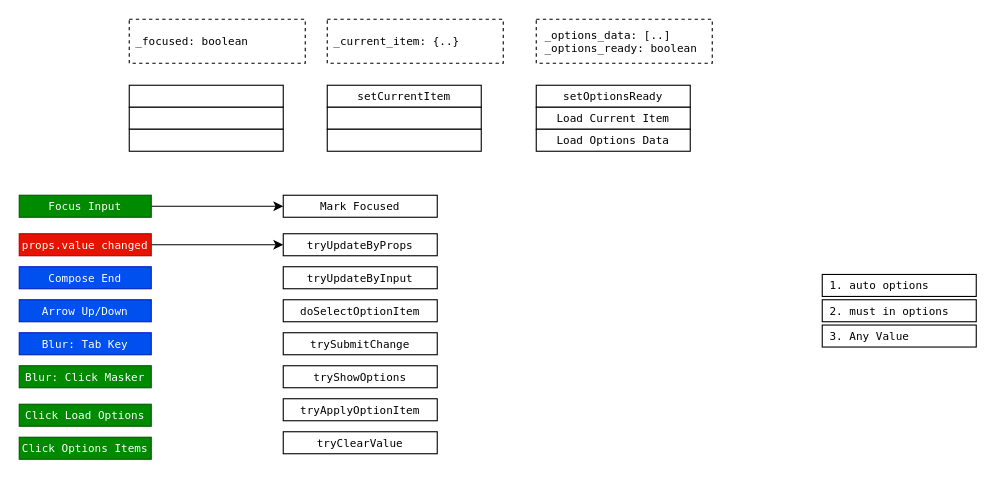
This is src/lib/input/box3/_design/input-box3-events.drawio from site-zero/tijs, a draw.io file, before an edit. Source tidied: cells renumbered, new cells numbered last; positions are measured from the earlier drawing's top-left corner, leaving out a move shared by most shapes. Both pictures are drawn from the tidied source at 110%, with x=0, y=0 at pixel (19, 19).
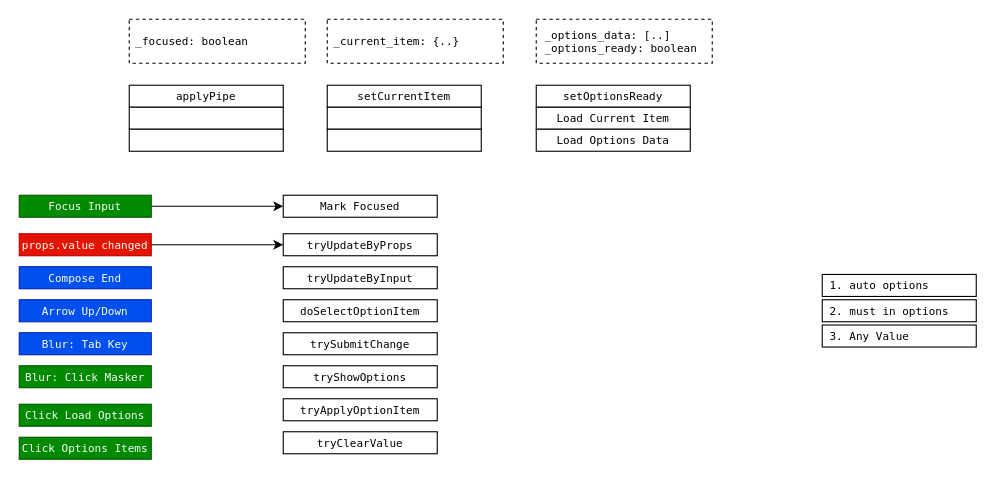
After the change.

The edit, as a diff of the source:
```diff
@@
-    <mxCell id="29" style="rounded=0;whiteSpace=wrap;html=1;fontFamily=Lucida Console;fontStyle=0;fontSize=10;" parent="1" vertex="1">
+    <mxCell id="29" value="applyPipe" style="rounded=0;whiteSpace=wrap;html=1;fontFamily=Lucida Console;fontStyle=0;fontSize=10;" parent="1" vertex="1">
       <mxGeometry x="100" y="60" width="140" height="20" as="geometry" />
     </mxCell>
```
